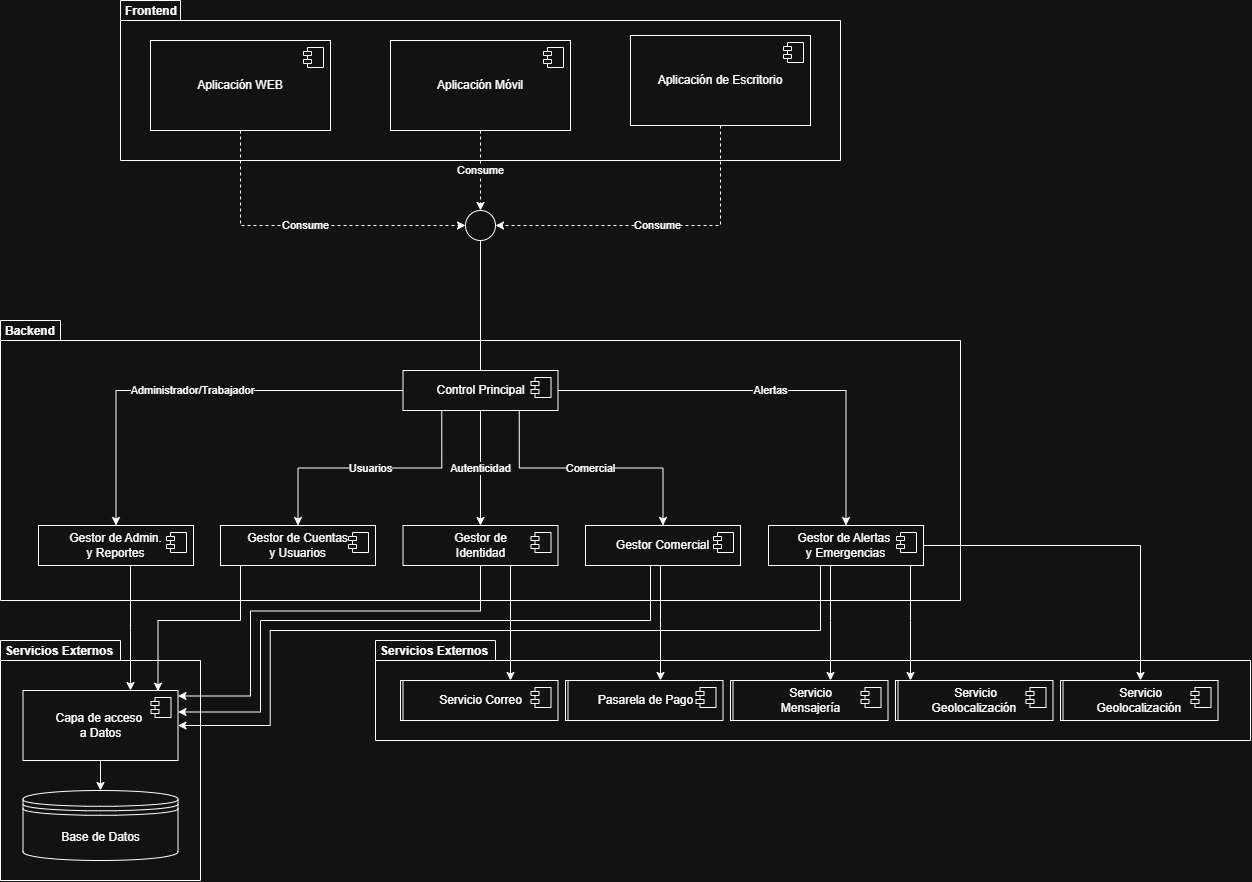
Mtipla/EMRGEN keeps this draw.io diagram as Fase 2/Evidencias Proyecto/Evidencias de documentación/3.3 Diagrama UML/Diagrama de Componentes/Diagrama de Componentes.png. Above is the earlier version. Source tidied: cells renumbered, new cells last; positions are measured from the earlier drawing's top-left corner, leaving out a move shared by most shapes.
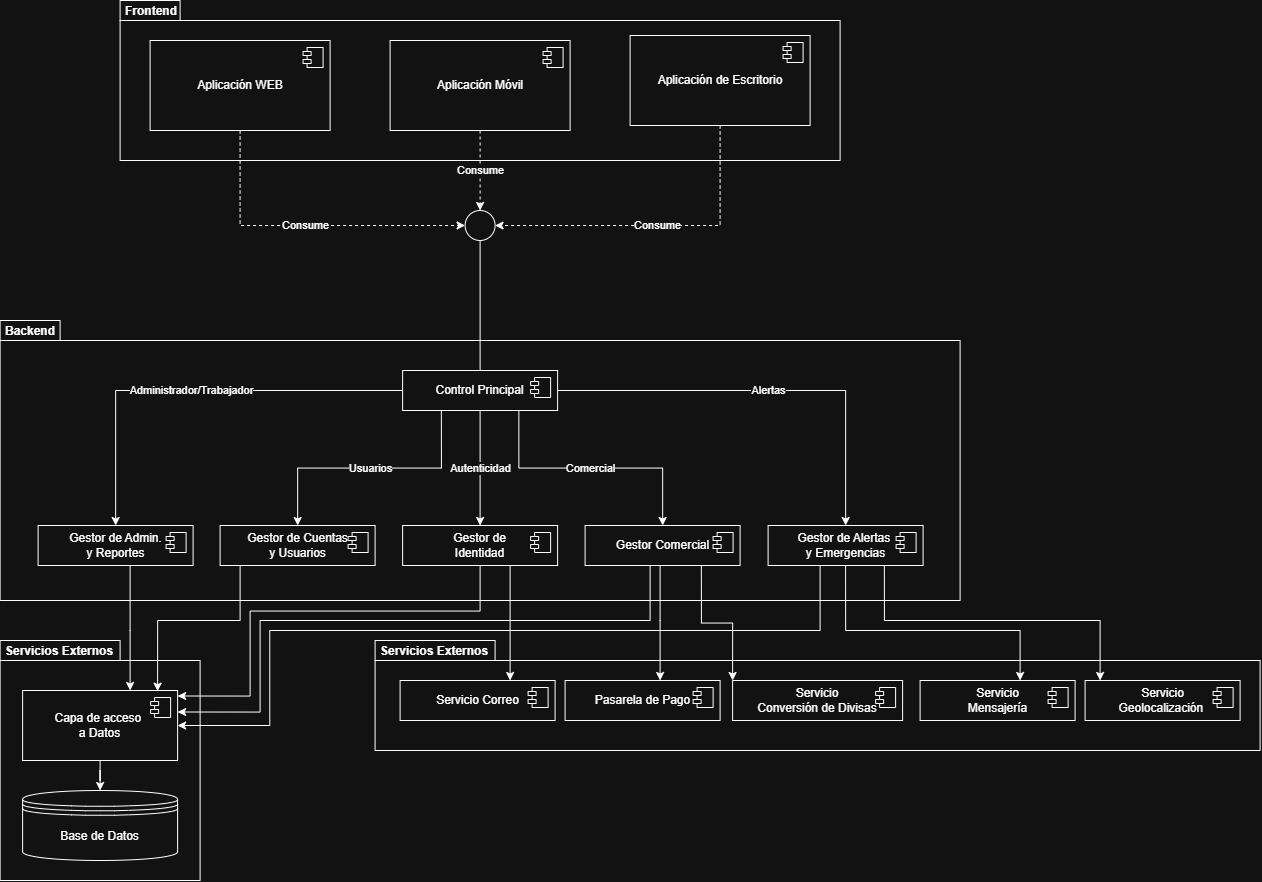
After the change.

The edit, as a diff of the source:
```diff
@@ -6,7 +6,7 @@
       <mxGeometry y="640" width="200" height="240" as="geometry" />
     </mxCell>
     <mxCell id="3" value="Servicios Externos" style="shape=folder;fontStyle=1;spacingTop=-6;tabWidth=120;tabHeight=20;tabPosition=left;html=1;whiteSpace=wrap;verticalAlign=top;align=left;labelBackgroundColor=none;convertToSvg=0;svgWhiteSpace=wrap;spacing=5;spacingLeft=0;" parent="1" vertex="1">
-      <mxGeometry x="375" y="640" width="875" height="100" as="geometry" />
+      <mxGeometry x="375" y="640" width="885" height="110" as="geometry" />
     </mxCell>
     <mxCell id="4" value="Backend" style="shape=folder;fontStyle=1;spacingTop=-6;tabWidth=60;tabHeight=20;tabPosition=left;html=1;whiteSpace=wrap;verticalAlign=top;align=left;labelBackgroundColor=none;convertToSvg=0;svgWhiteSpace=wrap;spacing=5;spacingLeft=0;" parent="1" vertex="1">
       <mxGeometry y="320" width="960" height="280" as="geometry" />
@@ -108,8 +108,9 @@
         <mxPoint x="-27" y="7" as="offset" />
       </mxGeometry>
     </mxCell>
-    <mxCell id="29" style="edgeStyle=orthogonalEdgeStyle;rounded=0;jettySize=auto;html=1;" parent="1" edge="1" source="31" target="61">
+    <mxCell id="29" style="edgeStyle=orthogonalEdgeStyle;rounded=0;jettySize=auto;html=1;" parent="1" edge="1" source="31">
       <mxGeometry relative="1" as="geometry">
+        <mxPoint x="510" y="680" as="targetPoint" />
         <Array as="points">
           <mxPoint x="510" y="630" />
           <mxPoint x="510" y="630" />
@@ -135,8 +136,9 @@
         <mxPoint x="-27" y="7" as="offset" />
       </mxGeometry>
     </mxCell>
-    <mxCell id="33" style="edgeStyle=orthogonalEdgeStyle;rounded=0;jettySize=auto;html=1;" parent="1" edge="1" source="35" target="59">
+    <mxCell id="33" style="edgeStyle=orthogonalEdgeStyle;rounded=0;jettySize=auto;html=1;" parent="1" edge="1" source="35">
       <mxGeometry relative="1" as="geometry">
+        <mxPoint x="660" y="680" as="targetPoint" />
         <Array as="points">
           <mxPoint x="660" y="620" />
           <mxPoint x="660" y="620" />
@@ -154,6 +156,9 @@
         </Array>
       </mxGeometry>
     </mxCell>
+    <mxCell id="68" style="edgeStyle=orthogonalEdgeStyle;rounded=0;jettySize=auto;html=1;exitX=0.75;exitY=1;exitDx=0;exitDy=0;entryX=0;entryY=0;entryDx=0;entryDy=0;" parent="1" edge="1" source="35" target="53">
+      <mxGeometry relative="1" as="geometry" />
+    </mxCell>
     <mxCell id="35" value="Gestor Comercial" style="html=1;whiteSpace=wrap;" parent="1" vertex="1">
       <mxGeometry x="585" y="525" width="155" height="40" as="geometry" />
     </mxCell>
@@ -162,22 +167,21 @@
         <mxPoint x="-27" y="7" as="offset" />
       </mxGeometry>
     </mxCell>
-    <mxCell id="37" style="edgeStyle=orthogonalEdgeStyle;rounded=0;jettySize=auto;html=1;" parent="1" edge="1" source="41" target="57">
+    <mxCell id="37" style="edgeStyle=orthogonalEdgeStyle;rounded=0;jettySize=auto;html=1;exitX=0.5;exitY=1;exitDx=0;exitDy=0;" parent="1" edge="1" source="41">
       <mxGeometry relative="1" as="geometry">
+        <mxPoint x="1020" y="680" as="targetPoint" />
         <Array as="points">
-          <mxPoint x="830" y="620" />
-          <mxPoint x="830" y="620" />
+          <mxPoint x="845.6" y="630" />
+          <mxPoint x="1020" y="630" />
         </Array>
       </mxGeometry>
     </mxCell>
-    <mxCell id="38" style="edgeStyle=orthogonalEdgeStyle;rounded=0;jettySize=auto;html=1;" parent="1" edge="1" source="41" target="53">
-      <mxGeometry relative="1" as="geometry" />
-    </mxCell>
-    <mxCell id="39" style="edgeStyle=orthogonalEdgeStyle;rounded=0;jettySize=auto;html=1;" parent="1" edge="1" source="41" target="55">
+    <mxCell id="39" style="edgeStyle=orthogonalEdgeStyle;rounded=0;jettySize=auto;html=1;exitX=0.75;exitY=1;exitDx=0;exitDy=0;" parent="1" edge="1" source="41">
       <mxGeometry relative="1" as="geometry">
+        <mxPoint x="1100" y="680" as="targetPoint" />
         <Array as="points">
-          <mxPoint x="910" y="620" />
-          <mxPoint x="910" y="620" />
+          <mxPoint x="884.3" y="620" />
+          <mxPoint x="1100" y="620" />
         </Array>
       </mxGeometry>
     </mxCell>
@@ -215,7 +219,7 @@
       </mxGeometry>
     </mxCell>
     <mxCell id="47" value="Servicio &lt;br&gt;Mensajería" style="html=1;whiteSpace=wrap;" parent="1" vertex="1">
-      <mxGeometry x="730" y="680" width="155" height="40" as="geometry" />
+      <mxGeometry x="920" y="680" width="155" height="40" as="geometry" />
     </mxCell>
     <mxCell id="48" style="shape=module;jettyWidth=8;jettyHeight=4;" parent="47" vertex="1">
       <mxGeometry x="1" width="20" height="20" relative="1" as="geometry">
@@ -223,61 +227,21 @@
       </mxGeometry>
     </mxCell>
     <mxCell id="49" value="Servicio&lt;div&gt;Geolocalización&amp;nbsp;&lt;/div&gt;" style="html=1;whiteSpace=wrap;" parent="1" vertex="1">
-      <mxGeometry x="895" y="680" width="155" height="40" as="geometry" />
+      <mxGeometry x="1085" y="680" width="155" height="40" as="geometry" />
     </mxCell>
     <mxCell id="50" style="shape=module;jettyWidth=8;jettyHeight=4;" parent="49" vertex="1">
       <mxGeometry x="1" width="20" height="20" relative="1" as="geometry">
         <mxPoint x="-27" y="7" as="offset" />
       </mxGeometry>
     </mxCell>
-    <mxCell id="51" value="Servicio&lt;div&gt;Geolocalización&amp;nbsp;&lt;/div&gt;" style="html=1;whiteSpace=wrap;" parent="1" vertex="1">
-      <mxGeometry x="1060" y="680" width="155" height="40" as="geometry" />
-    </mxCell>
-    <mxCell id="52" style="shape=module;jettyWidth=8;jettyHeight=4;" parent="51" vertex="1">
-      <mxGeometry x="1" width="20" height="20" relative="1" as="geometry">
-        <mxPoint x="-27" y="7" as="offset" />
-      </mxGeometry>
-    </mxCell>
-    <mxCell id="53" value="Servicio&lt;div&gt;Geolocalización&amp;nbsp;&lt;/div&gt;" style="html=1;whiteSpace=wrap;" parent="1" vertex="1">
-      <mxGeometry x="1062.5" y="680" width="155" height="40" as="geometry" />
+    <mxCell id="53" value="Servicio&lt;div&gt;Conversión de Divisas&lt;/div&gt;" style="html=1;whiteSpace=wrap;" parent="1" vertex="1">
+      <mxGeometry x="732.5" y="680" width="170" height="40" as="geometry" />
     </mxCell>
     <mxCell id="54" style="shape=module;jettyWidth=8;jettyHeight=4;" parent="53" vertex="1">
       <mxGeometry x="1" width="20" height="20" relative="1" as="geometry">
         <mxPoint x="-27" y="7" as="offset" />
       </mxGeometry>
     </mxCell>
-    <mxCell id="55" value="Servicio&lt;div&gt;Geolocalización&amp;nbsp;&lt;/div&gt;" style="html=1;whiteSpace=wrap;" parent="1" vertex="1">
-      <mxGeometry x="897.5" y="680" width="155" height="40" as="geometry" />
-    </mxCell>
-    <mxCell id="56" style="shape=module;jettyWidth=8;jettyHeight=4;" parent="55" vertex="1">
-      <mxGeometry x="1" width="20" height="20" relative="1" as="geometry">
-        <mxPoint x="-27" y="7" as="offset" />
-      </mxGeometry>
-    </mxCell>
-    <mxCell id="57" value="Servicio &lt;br&gt;Mensajería" style="html=1;whiteSpace=wrap;" parent="1" vertex="1">
-      <mxGeometry x="732.5" y="680" width="155" height="40" as="geometry" />
-    </mxCell>
-    <mxCell id="58" style="shape=module;jettyWidth=8;jettyHeight=4;" parent="57" vertex="1">
-      <mxGeometry x="1" width="20" height="20" relative="1" as="geometry">
-        <mxPoint x="-27" y="7" as="offset" />
-      </mxGeometry>
-    </mxCell>
-    <mxCell id="59" value="Pasarela de Pago" style="html=1;whiteSpace=wrap;" parent="1" vertex="1">
-      <mxGeometry x="567.5" y="680" width="155" height="40" as="geometry" />
-    </mxCell>
-    <mxCell id="60" style="shape=module;jettyWidth=8;jettyHeight=4;" parent="59" vertex="1">
-      <mxGeometry x="1" width="20" height="20" relative="1" as="geometry">
-        <mxPoint x="-27" y="7" as="offset" />
-      </mxGeometry>
-    </mxCell>
-    <mxCell id="61" value="Servicio Correo" style="html=1;whiteSpace=wrap;" parent="1" vertex="1">
-      <mxGeometry x="402.5" y="680" width="155" height="40" as="geometry" />
-    </mxCell>
-    <mxCell id="62" style="shape=module;jettyWidth=8;jettyHeight=4;" parent="61" vertex="1">
-      <mxGeometry x="1" width="20" height="20" relative="1" as="geometry">
-        <mxPoint x="-27" y="7" as="offset" />
-      </mxGeometry>
-    </mxCell>
     <mxCell id="63" style="edgeStyle=orthogonalEdgeStyle;rounded=0;jettySize=auto;html=1;entryX=0.5;entryY=0;entryDx=0;entryDy=0;" parent="1" edge="1" source="64" target="66">
       <mxGeometry relative="1" as="geometry" />
     </mxCell>
```
